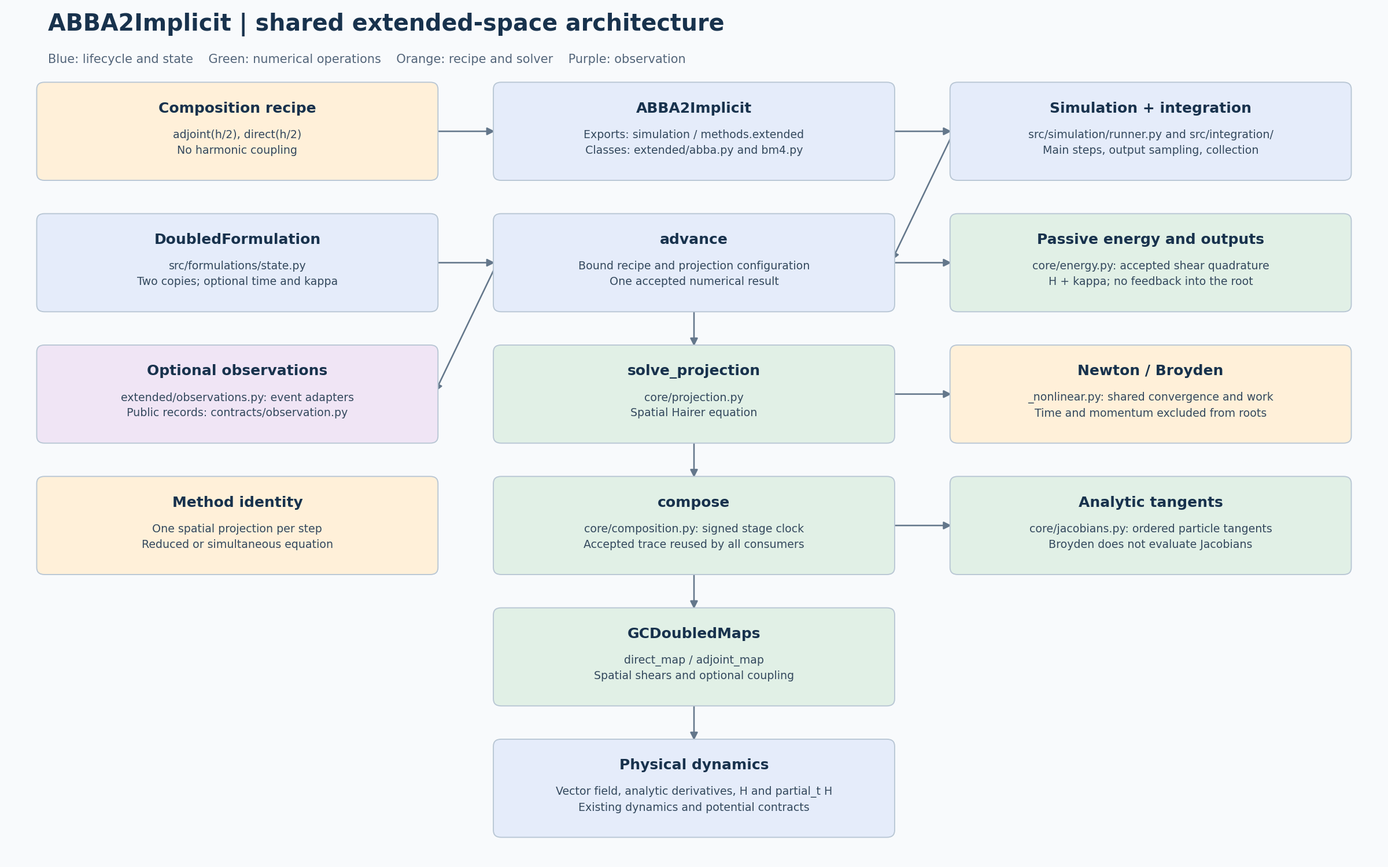
Jugibe-52/GC2D_intranet keeps this PlantUML diagram as docs/models/abba2-implicit/simulation/abba2-implicit-simulation-architecture.png. Above is the earlier version. Its source is kept beside it as docs/models/abba2-implicit/simulation/abba2-implicit-simulation-architecture.puml. The source it was exported from:
```plantuml
@startdot
digraph architecture {
  graph [rankdir=TB, bgcolor="#f8fafc"];
  node [shape=box, style="rounded,filled", fontname="DejaVu Sans"];
  recipe [label="Composition recipe\nadjoint(h/2), direct(h/2)\nNo harmonic coupling", fillcolor="#fff0d9"];
  method [label="ABBA2Implicit\nExports: simulation / methods.extended\nClasses: extended/abba.py and bm4.py", fillcolor="#e5ecfa"];
  driver [label="Simulation + integration\nsrc/simulation/runner.py and src/integration/\nMain steps, output sampling, collection", fillcolor="#e5ecfa"];
  state [label="DoubledFormulation\nsrc/formulations/state.py\nTwo copies; optional time and kappa", fillcolor="#e5ecfa"];
  advance [label="advance\nBound recipe and projection configuration\nOne accepted numerical result", fillcolor="#e5ecfa"];
  energy [label="Passive energy and outputs\ncore/energy.py: accepted shear quadrature\nH + kappa; no feedback into the root", fillcolor="#e1f0e6"];
  observe [label="Optional observations\nextended/observations.py: event adapters\nPublic records: contracts/observation.py", fillcolor="#f0e5f5"];
  projection [label="solve_projection\ncore/projection.py\nSpatial Hairer equation", fillcolor="#e1f0e6"];
  solver [label="Newton / Broyden\n_nonlinear.py: shared convergence and work\nTime and momentum excluded from roots", fillcolor="#fff0d9"];
  placement [label="Method identity\nOne spatial projection per step\nReduced or simultaneous equation", fillcolor="#fff0d9"];
  compose [label="compose\ncore/composition.py: signed stage clock\nAccepted trace reused by all consumers", fillcolor="#e1f0e6"];
  tangent [label="Analytic tangents\ncore/jacobians.py: ordered particle tangents\nBroyden does not evaluate Jacobians", fillcolor="#e1f0e6"];
  maps [label="GCDoubledMaps\ndirect_map / adjoint_map\nSpatial shears and optional coupling", fillcolor="#e1f0e6"];
  dynamics [label="Physical dynamics\nVector field, analytic derivatives, H and partial_t H\nExisting dynamics and potential contracts", fillcolor="#e5ecfa"];
  recipe -> method;
  method -> driver;
  driver -> advance;
  state -> advance;
  advance -> projection;
  advance -> energy;
  advance -> observe;
  projection -> compose;
  projection -> solver;
  compose -> tangent;
  compose -> maps;
  maps -> dynamics;
}
@enddot
```
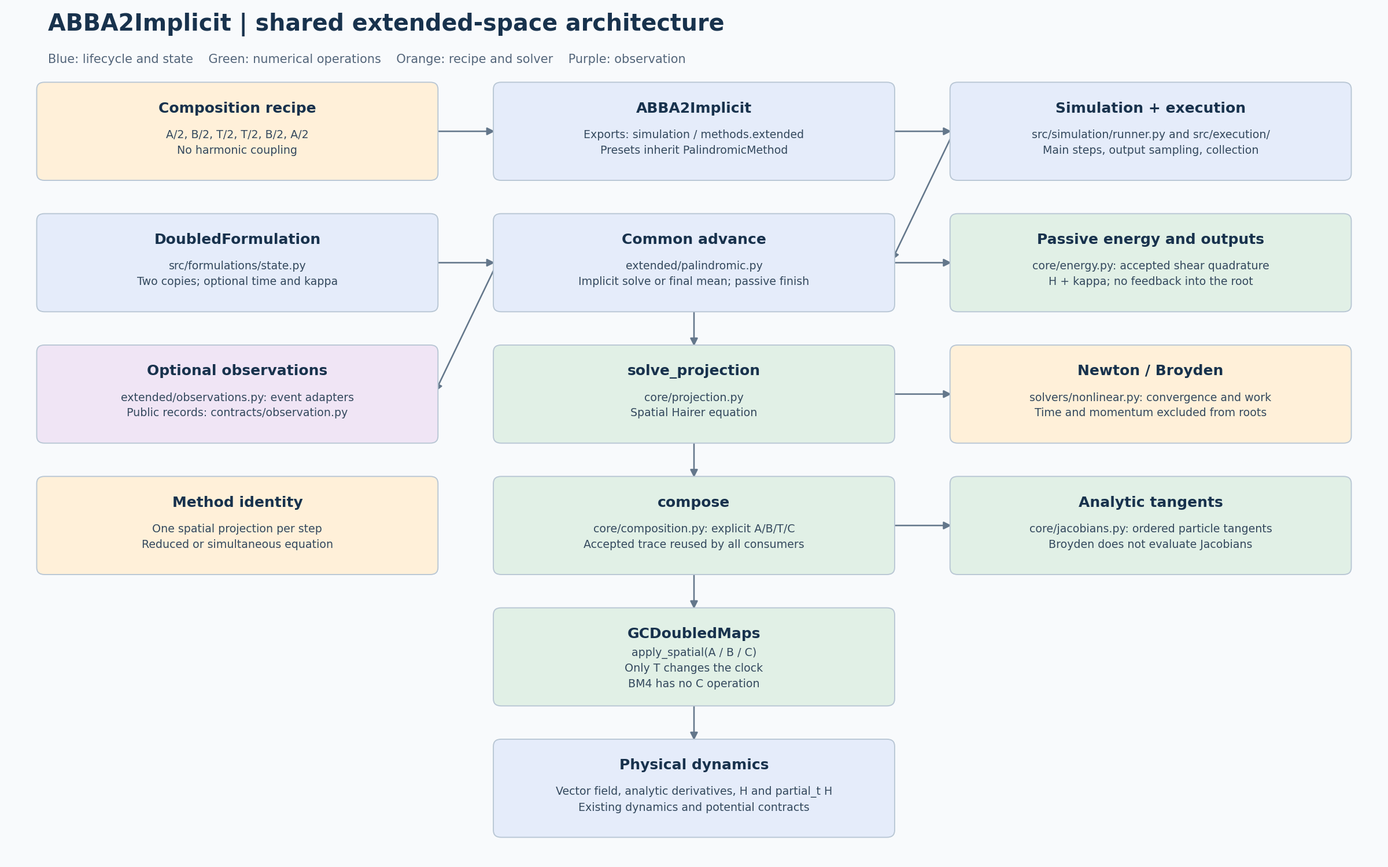
The same file after the commit.

Change to the diagram source:
```diff
@@ -2,19 +2,19 @@
 digraph architecture {
   graph [rankdir=TB, bgcolor="#f8fafc"];
   node [shape=box, style="rounded,filled", fontname="DejaVu Sans"];
-  recipe [label="Composition recipe\nadjoint(h/2), direct(h/2)\nNo harmonic coupling", fillcolor="#fff0d9"];
-  method [label="ABBA2Implicit\nExports: simulation / methods.extended\nClasses: extended/abba.py and bm4.py", fillcolor="#e5ecfa"];
-  driver [label="Simulation + integration\nsrc/simulation/runner.py and src/integration/\nMain steps, output sampling, collection", fillcolor="#e5ecfa"];
+  recipe [label="Composition recipe\nA/2, B/2, T/2, T/2, B/2, A/2\nNo harmonic coupling", fillcolor="#fff0d9"];
+  method [label="ABBA2Implicit\nExports: simulation / methods.extended\nPresets inherit PalindromicMethod", fillcolor="#e5ecfa"];
+  driver [label="Simulation + execution\nsrc/simulation/runner.py and src/execution/\nMain steps, output sampling, collection", fillcolor="#e5ecfa"];
   state [label="DoubledFormulation\nsrc/formulations/state.py\nTwo copies; optional time and kappa", fillcolor="#e5ecfa"];
-  advance [label="advance\nBound recipe and projection configuration\nOne accepted numerical result", fillcolor="#e5ecfa"];
+  advance [label="Common advance\nextended/palindromic.py\nImplicit solve or final mean; passive finish", fillcolor="#e5ecfa"];
   energy [label="Passive energy and outputs\ncore/energy.py: accepted shear quadrature\nH + kappa; no feedback into the root", fillcolor="#e1f0e6"];
   observe [label="Optional observations\nextended/observations.py: event adapters\nPublic records: contracts/observation.py", fillcolor="#f0e5f5"];
   projection [label="solve_projection\ncore/projection.py\nSpatial Hairer equation", fillcolor="#e1f0e6"];
-  solver [label="Newton / Broyden\n_nonlinear.py: shared convergence and work\nTime and momentum excluded from roots", fillcolor="#fff0d9"];
+  solver [label="Newton / Broyden\nsolvers/nonlinear.py: convergence and work\nTime and momentum excluded from roots", fillcolor="#fff0d9"];
   placement [label="Method identity\nOne spatial projection per step\nReduced or simultaneous equation", fillcolor="#fff0d9"];
-  compose [label="compose\ncore/composition.py: signed stage clock\nAccepted trace reused by all consumers", fillcolor="#e1f0e6"];
+  compose [label="compose\ncore/composition.py: explicit A/B/T/C\nAccepted trace reused by all consumers", fillcolor="#e1f0e6"];
   tangent [label="Analytic tangents\ncore/jacobians.py: ordered particle tangents\nBroyden does not evaluate Jacobians", fillcolor="#e1f0e6"];
-  maps [label="GCDoubledMaps\ndirect_map / adjoint_map\nSpatial shears and optional coupling", fillcolor="#e1f0e6"];
+  maps [label="GCDoubledMaps\napply_spatial(A / B / C)\nOnly T changes the clock\nBM4 has no C operation", fillcolor="#e1f0e6"];
   dynamics [label="Physical dynamics\nVector field, analytic derivatives, H and partial_t H\nExisting dynamics and potential contracts", fillcolor="#e5ecfa"];
   recipe -> method;
   method -> driver;
```
